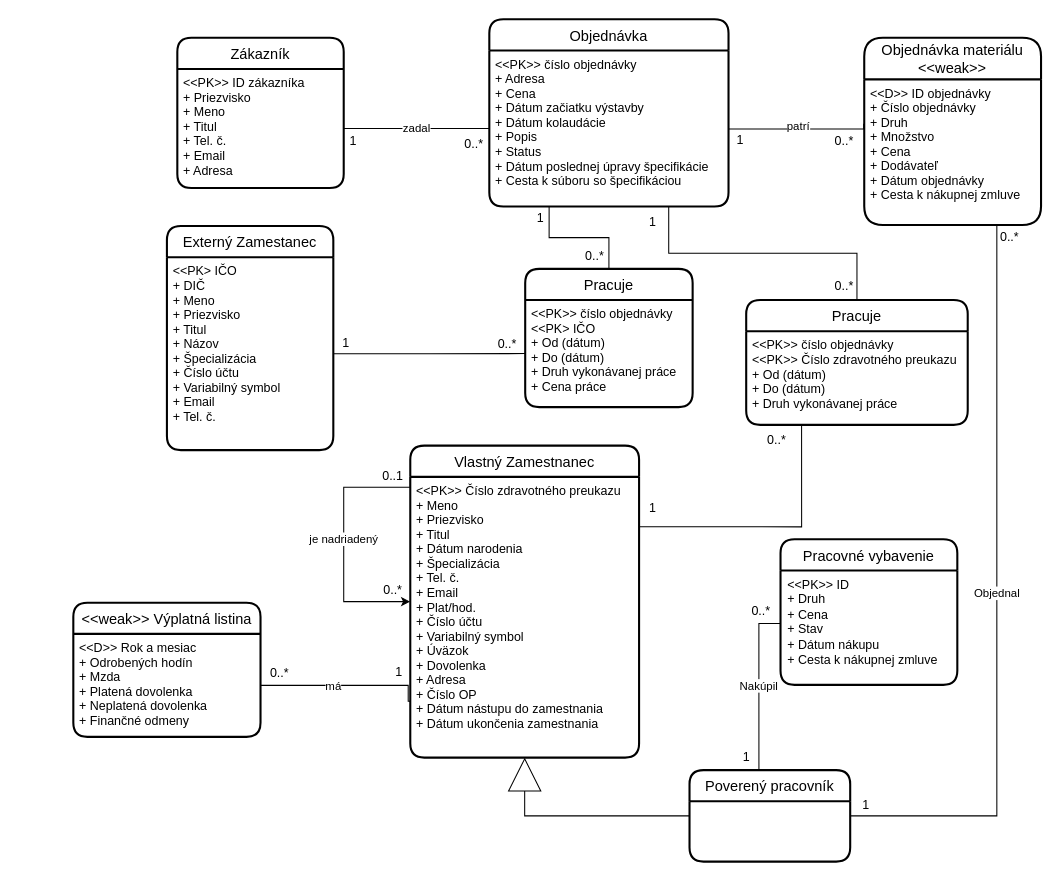
Above: doc/stavebnaFirma.drawio in adamlazik1/ids (draw.io), before the change. Source tidied: cells renumbered, new cells numbered last; positions are measured from the earlier drawing's top-left corner, leaving out a move shared by most shapes. Both pictures are drawn from the tidied source at 104%, with x=0, y=0 at pixel (73, 19).
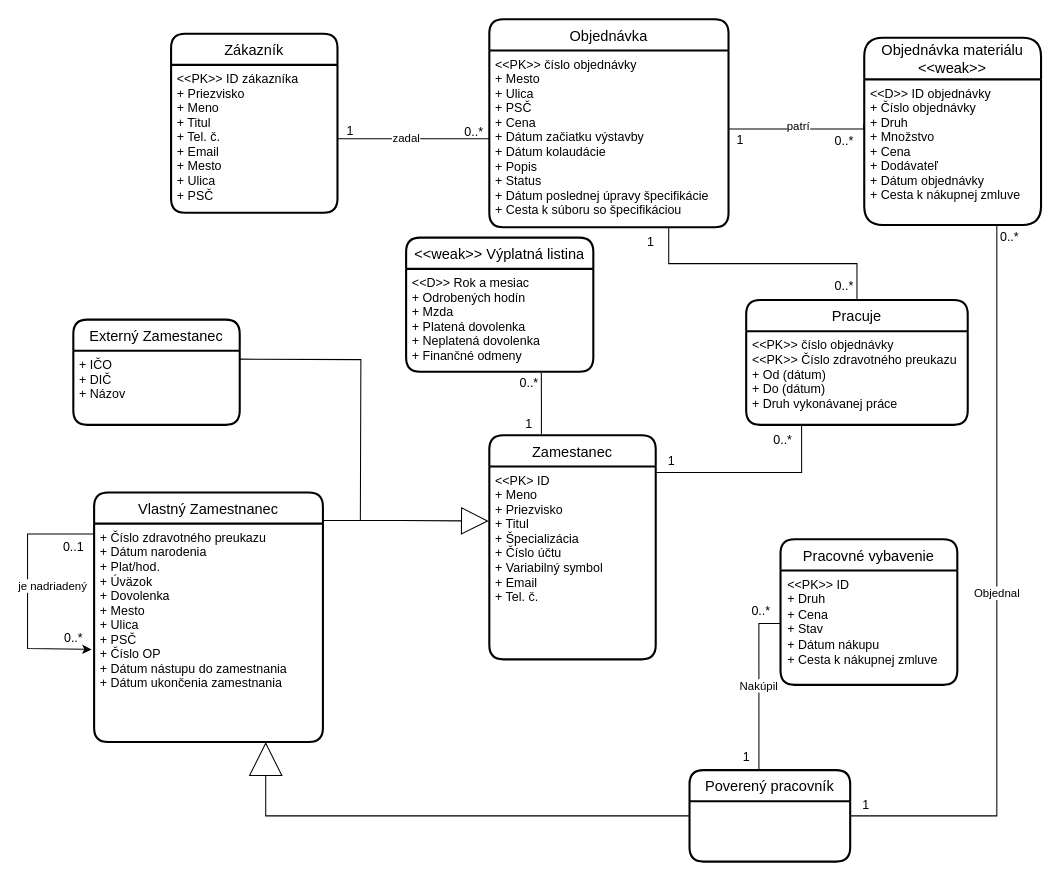
The same diagram, later.

Commit message (it also covers changes not shown here):
fixed ER and SQL script

The change refers to these unchanged cells:
```xml
<mxCell id="18" value="&lt;&lt;PK&gt;&gt; číslo objednávky&#10;&lt;&lt;PK&gt;&gt; Číslo zdravotného preukazu&#10;+ Od (dátum)&#10;+ Do (dátum)&#10;+ Druh vykonávanej práce" style="align=left;strokeColor=none;fillColor=none;spacingLeft=4;fontSize=12;verticalAlign=top;" parent="17" vertex="1">
  <mxGeometry y="30" width="213" height="90" as="geometry" />
</mxCell>
<mxCell id="27" value="&lt;&lt;D&gt;&gt; Rok a mesiac&#10;+ Odrobených hodín&#10;+ Mzda&#10;+ Platená dovolenka&#10;+ Neplatená dovolenka&#10;+ Finančné odmeny&#10;" style="align=left;strokeColor=none;fillColor=none;spacingLeft=4;fontSize=12;verticalAlign=top;" parent="26" vertex="1">
  <mxGeometry y="30" width="180" height="99" as="geometry" />
</mxCell>
<mxCell id="32" value="Poverený pracovník" style="swimlane;horizontal=1;startSize=30;rounded=1;fontSize=14;fontStyle=0;strokeWidth=2;shadow=0;dashed=0;align=center;" parent="1" vertex="1">
  <mxGeometry x="592.5" y="722" width="154.5" height="88" as="geometry" />
</mxCell>
```

Diff of the diagram source:
```diff
@@
     <mxCell id="2" value="Zákazník" style="swimlane;horizontal=1;startSize=30;rounded=1;fontSize=14;fontStyle=0;strokeWidth=2;shadow=0;dashed=0;align=center;" parent="1" vertex="1">
-      <mxGeometry x="100" y="17.8" width="160" height="144.5" as="geometry" />
+      <mxGeometry x="94" y="13.9" width="160" height="172.2" as="geometry" />
     </mxCell>
-    <mxCell id="3" value="&lt;&lt;PK&gt;&gt; ID zákazníka&#10;+ Priezvisko&#10;+ Meno&#10;+ Titul&#10;+ Tel. č.&#10;+ Email&#10;+ Adresa" style="align=left;strokeColor=none;fillColor=none;spacingLeft=4;fontSize=12;verticalAlign=top;" parent="2" vertex="1">
-      <mxGeometry y="30" width="160" height="114.5" as="geometry" />
+    <mxCell id="3" value="&lt;&lt;PK&gt;&gt; ID zákazníka&#10;+ Priezvisko&#10;+ Meno&#10;+ Titul&#10;+ Tel. č.&#10;+ Email&#10;+ Mesto&#10;+ Ulica&#10;+ PSČ" style="align=left;strokeColor=none;fillColor=none;spacingLeft=4;fontSize=12;verticalAlign=top;" parent="2" vertex="1">
+      <mxGeometry y="30" width="160" height="142.2" as="geometry" />
     </mxCell>
     <mxCell id="4" value="Objednávka" style="swimlane;horizontal=1;startSize=30;rounded=1;fontSize=14;fontStyle=0;strokeWidth=2;shadow=0;dashed=0;align=center;" parent="1" vertex="1">
-      <mxGeometry x="400" width="230" height="180" as="geometry" />
+      <mxGeometry x="400" width="230" height="200" as="geometry" />
     </mxCell>
-    <mxCell id="5" value="&lt;&lt;PK&gt;&gt; číslo objednávky&#10;+ Adresa&#10;+ Cena&#10;+ Dátum začiatku výstavby&#10;+ Dátum kolaudácie&#10;+ Popis&#10;+ Status&#10;+ Dátum poslednej úpravy špecifikácie&#10;+ Cesta k súboru so špecifikáciou" style="align=left;strokeColor=none;fillColor=none;spacingLeft=4;fontSize=12;verticalAlign=top;" parent="4" vertex="1">
-      <mxGeometry y="30" width="230" height="150" as="geometry" />
+    <mxCell id="5" value="&lt;&lt;PK&gt;&gt; číslo objednávky&#10;+ Mesto&#10;+ Ulica&#10;+ PSČ&#10;+ Cena&#10;+ Dátum začiatku výstavby&#10;+ Dátum kolaudácie&#10;+ Popis&#10;+ Status&#10;+ Dátum poslednej úpravy špecifikácie&#10;+ Cesta k súboru so špecifikáciou" style="align=left;strokeColor=none;fillColor=none;spacingLeft=4;fontSize=12;verticalAlign=top;" parent="4" vertex="1">
+      <mxGeometry y="30" width="230" height="170" as="geometry" />
     </mxCell>
@@
-    <mxCell id="8" style="edgeStyle=orthogonalEdgeStyle;rounded=0;jettySize=auto;html=1;entryX=0.25;entryY=1;entryDx=0;entryDy=0;endArrow=none;endFill=0;exitX=1.004;exitY=0.178;exitDx=0;exitDy=0;exitPerimeter=0;" parent="1" edge="1" source="10" target="18">
+    <mxCell id="8" style="edgeStyle=orthogonalEdgeStyle;rounded=0;jettySize=auto;html=1;entryX=0.25;entryY=1;entryDx=0;entryDy=0;endArrow=none;endFill=0;exitX=1.005;exitY=0.031;exitDx=0;exitDy=0;exitPerimeter=0;" parent="1" edge="1" source="55" target="18">
       <mxGeometry relative="1" as="geometry" />
     </mxCell>
     <mxCell id="9" value="Vlastný Zamestnanec" style="swimlane;horizontal=1;startSize=30;rounded=1;fontSize=14;fontStyle=0;strokeWidth=2;shadow=0;dashed=0;align=center;" parent="1" vertex="1">
-      <mxGeometry x="324" y="410" width="220" height="300" as="geometry" />
+      <mxGeometry x="20" y="455" width="220" height="240" as="geometry" />
     </mxCell>
-    <mxCell id="10" value="&lt;&lt;PK&gt;&gt; Číslo zdravotného preukazu&#10;+ Meno&#10;+ Priezvisko&#10;+ Titul&#10;+ Dátum narodenia&#10;+ Špecializácia&#10;+ Tel. č.&#10;+ Email&#10;+ Plat/hod.&#10;+ Číslo účtu&#10;+ Variabilný symbol&#10;+ Úväzok&#10;+ Dovolenka&#10;+ Adresa&#10;+ Číslo OP&#10;+ Dátum nástupu do zamestnania&#10;+ Dátum ukončenia zamestnania" style="align=left;strokeColor=none;fillColor=none;spacingLeft=4;fontSize=12;verticalAlign=top;" parent="9" vertex="1">
-      <mxGeometry y="30" width="220" height="270" as="geometry" />
+    <mxCell id="10" value="+ Číslo zdravotného preukazu&#10;+ Dátum narodenia&#10;+ Plat/hod.&#10;+ Úväzok&#10;+ Dovolenka&#10;+ Mesto&#10;+ Ulica&#10;+ PSČ&#10;+ Číslo OP&#10;+ Dátum nástupu do zamestnania&#10;+ Dátum ukončenia zamestnania" style="align=left;strokeColor=none;fillColor=none;spacingLeft=4;fontSize=12;verticalAlign=top;" parent="9" vertex="1">
+      <mxGeometry y="30" width="220" height="210" as="geometry" />
     </mxCell>
-    <mxCell id="11" value="je nadriadený" style="edgeStyle=orthogonalEdgeStyle;rounded=0;jettySize=auto;html=1;exitX=0;exitY=0;exitDx=0;exitDy=0;entryX=0;entryY=0.5;entryDx=0;entryDy=0;endArrow=classic;endFill=1;" parent="9" edge="1" source="10" target="9">
-      <mxGeometry relative="1" as="geometry">
+    <mxCell id="11" value="je nadriadený" style="edgeStyle=orthogonalEdgeStyle;rounded=0;orthogonalLoop=1;jettySize=auto;html=1;exitX=0;exitY=0;exitDx=0;exitDy=0;endArrow=classic;endFill=1;entryX=-0.011;entryY=0.576;entryDx=0;entryDy=0;entryPerimeter=0;" parent="9" edge="1" source="10" target="10">
+      <mxGeometry x="0.01" y="24" relative="1" as="geometry">
         <Array as="points">
           <mxPoint y="40" />
           <mxPoint x="-64" y="40" />
           <mxPoint x="-64" y="150" />
+          <mxPoint x="-2" y="150" />
         </Array>
       </mxGeometry>
     </mxCell>
@@
     <mxCell id="13" value="zadal" style="edgeStyle=orthogonalEdgeStyle;rounded=0;jettySize=auto;html=1;entryX=0;entryY=0.5;entryDx=0;entryDy=0;strokeColor=default;endArrow=none;endFill=0;" parent="1" edge="1" source="3" target="5">
-      <mxGeometry relative="1" as="geometry" />
+      <mxGeometry x="-0.1" relative="1" as="geometry" />
     </mxCell>
@@
     <mxCell id="19" value="1" style="text;html=1;align=center;verticalAlign=middle;strokeColor=none;fillColor=none;" parent="1" vertex="1">
-      <mxGeometry x="254" y="102" width="30" height="30" as="geometry" />
+      <mxGeometry x="251" y="93" width="30" height="30" as="geometry" />
     </mxCell>
     <mxCell id="20" value="0..*" style="text;html=1;align=center;verticalAlign=middle;strokeColor=none;fillColor=none;" parent="1" vertex="1">
-      <mxGeometry x="365" y="105" width="40" height="30" as="geometry" />
+      <mxGeometry x="365" y="94" width="40" height="30" as="geometry" />
     </mxCell>
@@
     <mxCell id="24" value="1" style="text;html=1;align=center;verticalAlign=middle;strokeColor=none;fillColor=none;" parent="1" vertex="1">
-      <mxGeometry x="542" y="180" width="30" height="30" as="geometry" />
+      <mxGeometry x="540" y="200" width="30" height="30" as="geometry" />
     </mxCell>
@@
     <mxCell id="26" value="&lt;&lt;weak&gt;&gt; Výplatná listina" style="swimlane;horizontal=1;startSize=30;rounded=1;fontSize=14;fontStyle=0;strokeWidth=2;shadow=0;dashed=0;align=center;" parent="1" vertex="1">
-      <mxGeometry y="561" width="180" height="129" as="geometry" />
+      <mxGeometry x="320" y="210" width="180" height="129" as="geometry" />
     </mxCell>
@@
     <mxCell id="28" value="0..*" style="text;html=1;align=center;verticalAlign=middle;strokeColor=none;fillColor=none;" parent="1" vertex="1">
-      <mxGeometry x="656" y="390" width="40" height="30" as="geometry" />
+      <mxGeometry x="662" y="390" width="40" height="30" as="geometry" />
     </mxCell>
     <mxCell id="29" value="1" style="text;html=1;align=center;verticalAlign=middle;strokeColor=none;fillColor=none;" parent="1" vertex="1">
-      <mxGeometry x="542" y="455" width="30" height="30" as="geometry" />
+      <mxGeometry x="560" y="410" width="30" height="30" as="geometry" />
     </mxCell>
-    <mxCell id="30" style="edgeStyle=orthogonalEdgeStyle;rounded=0;jettySize=auto;html=1;entryX=0.5;entryY=1;entryDx=0;entryDy=0;endArrow=block;endFill=0;endSize=30;" parent="1" edge="1" source="32" target="10">
+    <mxCell id="30" style="edgeStyle=orthogonalEdgeStyle;rounded=0;jettySize=auto;html=1;entryX=0.75;entryY=1;entryDx=0;entryDy=0;endArrow=block;endFill=0;endSize=30;" parent="1" edge="1" source="32" target="10">
       <mxGeometry relative="1" as="geometry" />
     </mxCell>
@@
-    <mxCell id="34" value="má" style="edgeStyle=orthogonalEdgeStyle;rounded=0;jettySize=auto;html=1;endArrow=none;endFill=0;exitX=1;exitY=0.5;exitDx=0;exitDy=0;entryX=-0.001;entryY=0.799;entryDx=0;entryDy=0;entryPerimeter=0;" parent="1" edge="1" source="27" target="10">
-      <mxGeometry x="-0.12" relative="1" as="geometry">
-        <Array as="points">
-          <mxPoint x="180" y="640" />
-          <mxPoint x="322" y="640" />
-        </Array>
-      </mxGeometry>
-    </mxCell>
     <mxCell id="35" value="0..*" style="text;html=1;align=center;verticalAlign=middle;strokeColor=none;fillColor=none;" parent="1" vertex="1">
-      <mxGeometry x="178" y="614" width="40" height="30" as="geometry" />
+      <mxGeometry x="418" y="335" width="40" height="30" as="geometry" />
     </mxCell>
     <mxCell id="36" value="1" style="text;html=1;align=center;verticalAlign=middle;strokeColor=none;fillColor=none;" parent="1" vertex="1">
-      <mxGeometry x="298" y="613" width="30" height="30" as="geometry" />
+      <mxGeometry x="423" y="375" width="30" height="30" as="geometry" />
     </mxCell>
-    <mxCell id="37" style="edgeStyle=orthogonalEdgeStyle;rounded=0;jettySize=auto;html=1;entryX=0.25;entryY=1;entryDx=0;entryDy=0;endArrow=none;endFill=0;" parent="1" edge="1" source="38" target="5">
-      <mxGeometry relative="1" as="geometry" />
-    </mxCell>
-    <mxCell id="38" value="Pracuje" style="swimlane;horizontal=1;startSize=30;rounded=1;fontSize=14;fontStyle=0;strokeWidth=2;shadow=0;dashed=0;align=center;" parent="1" vertex="1">
-      <mxGeometry x="434.5" y="240" width="161" height="133" as="geometry" />
-    </mxCell>
-    <mxCell id="39" value="&lt;&lt;PK&gt;&gt; číslo objednávky&#10;&lt;&lt;PK&gt; IČO&#10;+ Od (dátum)&#10;+ Do (dátum)&#10;+ Druh vykonávanej práce&#10;+ Cena práce" style="align=left;strokeColor=none;fillColor=none;spacingLeft=4;fontSize=12;verticalAlign=top;" parent="38" vertex="1">
-      <mxGeometry y="30" width="161" height="103" as="geometry" />
-    </mxCell>
-    <mxCell id="40" value="1" style="text;html=1;align=center;verticalAlign=middle;strokeColor=none;fillColor=none;" parent="1" vertex="1">
-      <mxGeometry x="434" y="176" width="30" height="30" as="geometry" />
-    </mxCell>
-    <mxCell id="41" value="0..*" style="text;html=1;align=center;verticalAlign=middle;strokeColor=none;fillColor=none;" parent="1" vertex="1">
-      <mxGeometry x="481" y="213" width="40" height="30" as="geometry" />
-    </mxCell>
     <mxCell id="42" value="Externý Zamestanec" style="swimlane;horizontal=1;startSize=30;rounded=1;fontSize=14;fontStyle=0;strokeWidth=2;shadow=0;dashed=0;align=center;" parent="1" vertex="1">
-      <mxGeometry x="90" y="198.8" width="160" height="215.5" as="geometry" />
+      <mxGeometry y="288.8" width="160" height="101.2" as="geometry" />
     </mxCell>
-    <mxCell id="43" value="&lt;&lt;PK&gt; IČO&#10;+ DIČ&#10;+ Meno&#10;+ Priezvisko&#10;+ Titul&#10;+ Názov&#10;+ Špecializácia&#10;+ Číslo účtu&#10;+ Variabilný symbol&#10;+ Email&#10;+ Tel. č." style="align=left;strokeColor=none;fillColor=none;spacingLeft=4;fontSize=12;verticalAlign=top;" parent="42" vertex="1">
-      <mxGeometry y="30" width="160" height="185.5" as="geometry" />
+    <mxCell id="43" value="+ IČO&#10;+ DIČ&#10;+ Názov&#10;" style="align=left;strokeColor=none;fillColor=none;spacingLeft=4;fontSize=12;verticalAlign=top;" parent="42" vertex="1">
+      <mxGeometry y="30" width="160" height="71.2" as="geometry" />
     </mxCell>
-    <mxCell id="44" style="edgeStyle=orthogonalEdgeStyle;rounded=0;jettySize=auto;html=1;entryX=0;entryY=0.5;entryDx=0;entryDy=0;endArrow=none;endFill=0;" parent="1" edge="1" source="43" target="39">
-      <mxGeometry relative="1" as="geometry" />
-    </mxCell>
-    <mxCell id="45" value="0..*" style="text;html=1;align=center;verticalAlign=middle;strokeColor=none;fillColor=none;" parent="1" vertex="1">
-      <mxGeometry x="397" y="298" width="40" height="30" as="geometry" />
-    </mxCell>
-    <mxCell id="46" value="1" style="text;html=1;align=center;verticalAlign=middle;strokeColor=none;fillColor=none;" parent="1" vertex="1">
-      <mxGeometry x="247" y="297" width="30" height="30" as="geometry" />
-    </mxCell>
     <mxCell id="47" value="0..*" style="text;html=1;align=center;verticalAlign=middle;strokeColor=none;fillColor=none;" parent="1" vertex="1">
-      <mxGeometry x="287" y="534" width="40" height="30" as="geometry" />
+      <mxGeometry x="-20" y="580" width="40" height="30" as="geometry" />
     </mxCell>
     <mxCell id="48" value="0..1" style="text;html=1;align=center;verticalAlign=middle;strokeColor=none;fillColor=none;" parent="1" vertex="1">
-      <mxGeometry x="287" y="425" width="40" height="30" as="geometry" />
+      <mxGeometry x="-20" y="492.8" width="40" height="30" as="geometry" />
     </mxCell>
@@
+    <mxCell id="53" style="edgeStyle=orthogonalEdgeStyle;rounded=0;jettySize=auto;html=1;exitX=0.313;exitY=-0.005;exitDx=0;exitDy=0;endArrow=none;endFill=0;exitPerimeter=0;" parent="1" edge="1" source="54">
+      <mxGeometry relative="1" as="geometry">
+        <mxPoint x="450" y="340" as="targetPoint" />
+      </mxGeometry>
+    </mxCell>
+    <mxCell id="54" value="Zamestanec" style="swimlane;horizontal=1;startSize=30;rounded=1;fontSize=14;fontStyle=0;strokeWidth=2;shadow=0;dashed=0;align=center;" parent="1" vertex="1">
+      <mxGeometry x="400" y="400" width="160" height="215.5" as="geometry" />
+    </mxCell>
+    <mxCell id="55" value="&lt;&lt;PK&gt; ID&#10;+ Meno&#10;+ Priezvisko&#10;+ Titul&#10;+ Špecializácia&#10;+ Číslo účtu&#10;+ Variabilný symbol&#10;+ Email&#10;+ Tel. č." style="align=left;strokeColor=none;fillColor=none;spacingLeft=4;fontSize=12;verticalAlign=top;" parent="54" vertex="1">
+      <mxGeometry y="30" width="160" height="185.5" as="geometry" />
+    </mxCell>
+    <mxCell id="56" style="edgeStyle=orthogonalEdgeStyle;rounded=0;jettySize=auto;html=1;exitX=1;exitY=0.75;exitDx=0;exitDy=0;entryX=-0.004;entryY=0.283;entryDx=0;entryDy=0;entryPerimeter=0;endArrow=block;endFill=0;endSize=24;" parent="1" edge="1" source="10" target="55">
+      <mxGeometry relative="1" as="geometry">
+        <Array as="points">
+          <mxPoint x="240" y="482" />
+          <mxPoint x="315" y="482" />
+        </Array>
+      </mxGeometry>
+    </mxCell>
+    <mxCell id="57" style="edgeStyle=orthogonalEdgeStyle;rounded=0;orthogonalLoop=1;jettySize=auto;html=1;exitX=1.026;exitY=0.113;exitDx=0;exitDy=0;endArrow=none;endFill=0;exitPerimeter=0;" parent="1" edge="1">
+      <mxGeometry relative="1" as="geometry">
+        <mxPoint x="160.2" y="326.8" as="sourcePoint" />
+        <mxPoint x="276" y="482" as="targetPoint" />
+      </mxGeometry>
+    </mxCell>
```
